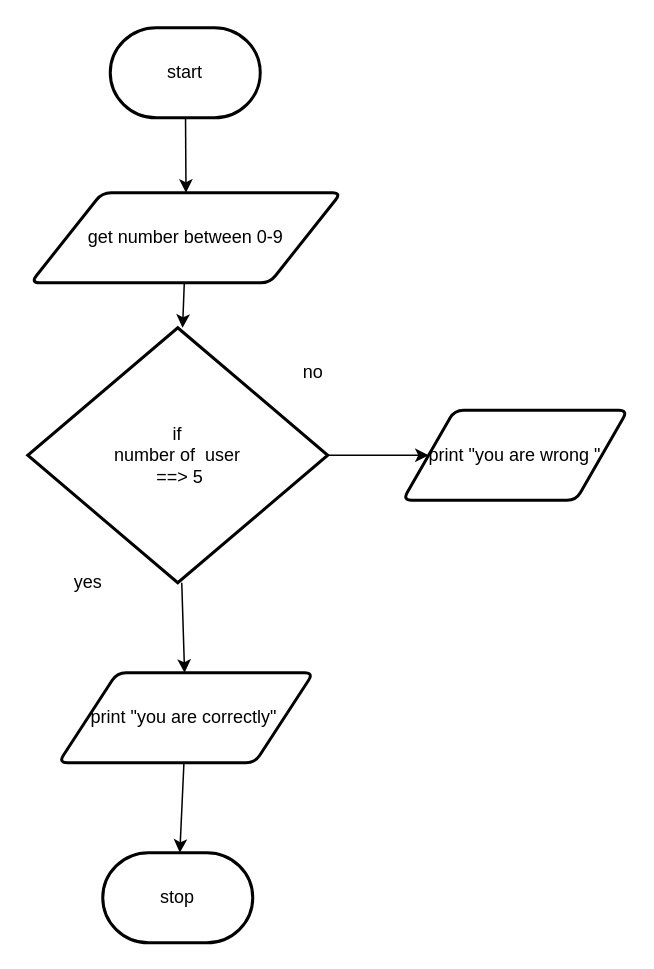
Above: flowchart.drawio in mohammedal-ess/ICS3U-Unit3-02-Python (draw.io), before the change. Source tidied: cells renumbered, new cells numbered last; positions are measured from the earlier drawing's top-left corner, leaving out a move shared by most shapes. Both pictures are drawn from the tidied source at 150%, with x=0, y=0 at pixel (27, 27).
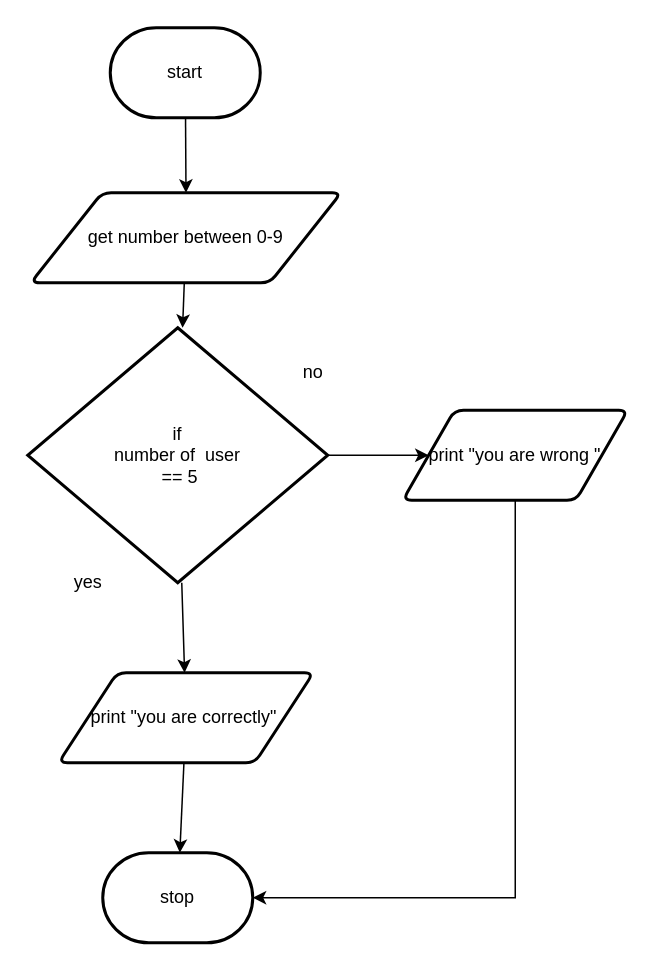
The same diagram, later.

Diff of the diagram source:
```diff
@@
 <mxGraphModel>
   <root>
     <mxCell id="0" />
     <mxCell id="1" parent="0" />
     <mxCell id="2" style="edgeStyle=none;html=1;entryX=0.5;entryY=0;entryDx=0;entryDy=0;" parent="1" edge="1" source="3" target="5">
       <mxGeometry relative="1" as="geometry" />
     </mxCell>
     <mxCell id="3" value="start" style="strokeWidth=2;html=1;shape=mxgraph.flowchart.terminator;whiteSpace=wrap;" parent="1" vertex="1">
       <mxGeometry x="55" width="100" height="60" as="geometry" />
     </mxCell>
     <mxCell id="4" style="edgeStyle=none;html=1;" parent="1" edge="1" source="5" target="8">
       <mxGeometry relative="1" as="geometry" />
     </mxCell>
     <mxCell id="5" value="get number between 0-9" style="shape=parallelogram;html=1;strokeWidth=2;perimeter=parallelogramPerimeter;whiteSpace=wrap;rounded=1;arcSize=12;size=0.23;" parent="1" vertex="1">
       <mxGeometry x="2" y="110" width="207" height="60" as="geometry" />
     </mxCell>
     <mxCell id="6" style="edgeStyle=none;html=1;" parent="1" edge="1" source="8" target="12">
       <mxGeometry relative="1" as="geometry" />
     </mxCell>
     <mxCell id="7" style="edgeStyle=none;html=1;" parent="1" edge="1" source="8" target="13">
       <mxGeometry relative="1" as="geometry" />
     </mxCell>
-    <mxCell id="8" value="if&lt;br&gt;number of&amp;nbsp; user&lt;br&gt;&amp;nbsp;==&amp;gt; 5" style="strokeWidth=2;html=1;shape=mxgraph.flowchart.decision;whiteSpace=wrap;" parent="1" vertex="1">
+    <mxCell id="8" value="if&lt;br&gt;number of&amp;nbsp; user&lt;br&gt;&amp;nbsp;== 5" style="strokeWidth=2;html=1;shape=mxgraph.flowchart.decision;whiteSpace=wrap;" parent="1" vertex="1">
       <mxGeometry y="200" width="200" height="170" as="geometry" />
     </mxCell>
     <mxCell id="9" value="no&lt;br&gt;" style="text;html=1;align=center;verticalAlign=middle;strokeColor=none;fillColor=none;" parent="1" vertex="1">
       <mxGeometry x="175" y="220" width="30" height="20" as="geometry" />
     </mxCell>
     <mxCell id="10" value="yes" style="text;html=1;align=center;verticalAlign=middle;strokeColor=none;fillColor=none;" parent="1" vertex="1">
       <mxGeometry x="25" y="360" width="30" height="20" as="geometry" />
     </mxCell>
     <mxCell id="11" style="edgeStyle=none;html=1;" parent="1" edge="1" source="12" target="14">
       <mxGeometry relative="1" as="geometry" />
     </mxCell>
     <mxCell id="12" value="print &quot;you are correctly&quot;&amp;nbsp;" style="shape=parallelogram;html=1;strokeWidth=2;perimeter=parallelogramPerimeter;whiteSpace=wrap;rounded=1;arcSize=12;size=0.23;" parent="1" vertex="1">
       <mxGeometry x="20.5" y="430" width="170" height="60" as="geometry" />
     </mxCell>
+    <mxCell id="15" style="edgeStyle=orthogonalEdgeStyle;html=1;entryX=1;entryY=0.5;entryDx=0;entryDy=0;entryPerimeter=0;rounded=0;" parent="1" edge="1" source="13" target="14">
+      <mxGeometry relative="1" as="geometry">
+        <Array as="points">
+          <mxPoint x="325" y="580" />
+        </Array>
+      </mxGeometry>
+    </mxCell>
     <mxCell id="13" value="print &quot;you are wrong &quot;" style="shape=parallelogram;html=1;strokeWidth=2;perimeter=parallelogramPerimeter;whiteSpace=wrap;rounded=1;arcSize=12;size=0.23;" parent="1" vertex="1">
       <mxGeometry x="250" y="255" width="150" height="60" as="geometry" />
     </mxCell>
     <mxCell id="14" value="stop" style="strokeWidth=2;html=1;shape=mxgraph.flowchart.terminator;whiteSpace=wrap;" parent="1" vertex="1">
       <mxGeometry x="50" y="550" width="100" height="60" as="geometry" />
     </mxCell>
   </root>
 </mxGraphModel>
```
